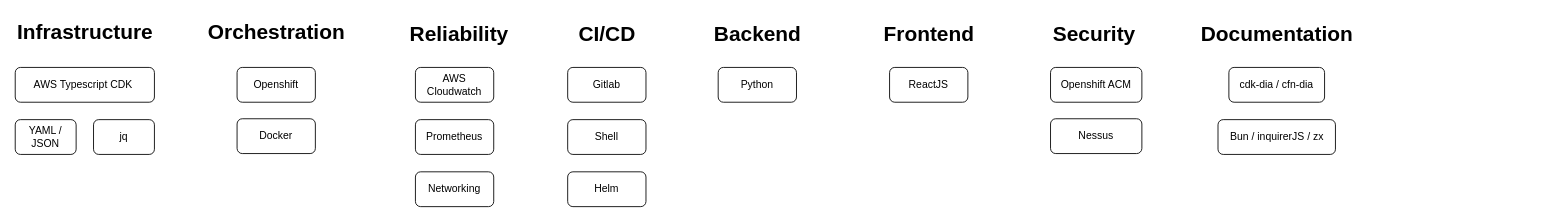
knonenull23/dotfiles00 keeps this draw.io diagram as roadmap.drawio. Above is the earlier version. Source tidied: cells renumbered, new cells numbered last; positions are measured from the earlier drawing's top-left corner, leaving out a move shared by most shapes. Both pictures are drawn from the tidied source at 87%, with x=0, y=0 at pixel (15, 15).
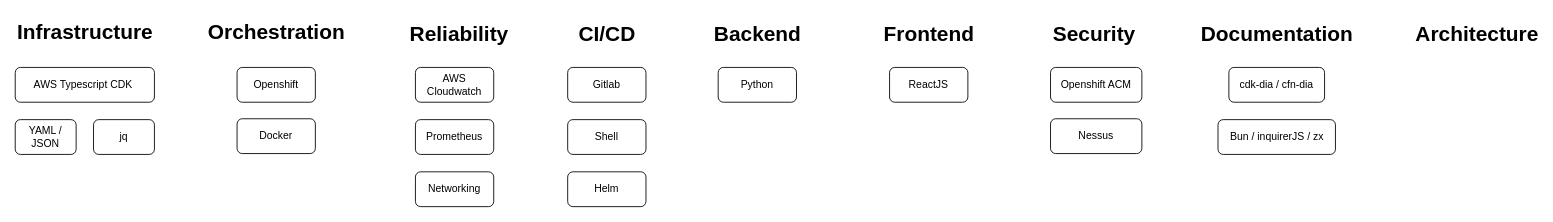
Above is the later version.

Change to the diagram source:
```diff
@@
+    <mxCell id="27" value="Architecture" style="text;strokeColor=none;fillColor=none;html=1;fontSize=24;fontStyle=1;verticalAlign=middle;align=center;" parent="1" vertex="1">
+      <mxGeometry x="1630" y="2" width="100" height="40" as="geometry" />
+    </mxCell>
```
